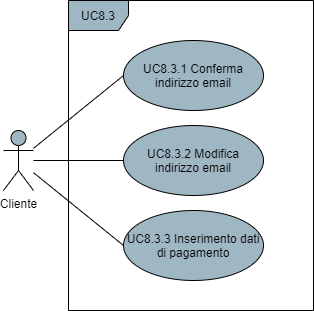
Earlier version of the draw.io export DocumentazioneEsterna/AnalisiDeiRequisiti/res/UseCase/Immagini/InserimentoDatiAcquisto.png (Omicron-Team/Documentazione). Source tidied: cells renumbered, new cells last; positions are measured from the earlier drawing's top-left corner, leaving out a move shared by most shapes.
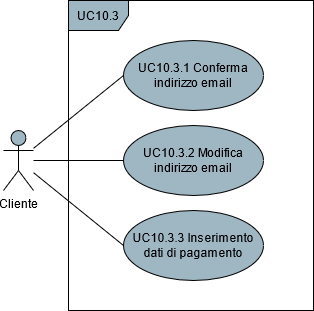
The same file after the commit.

The edit, as a diff of the source:
```diff
@@ -11,16 +11,16 @@
     <mxCell id="4" value="Cliente" style="shape=umlActor;verticalLabelPosition=bottom;verticalAlign=top;html=1;fillColor=#9FB6C3;" parent="1" vertex="1">
       <mxGeometry y="130" width="30" height="60" as="geometry" />
     </mxCell>
-    <mxCell id="5" value="UC8.3" style="shape=umlFrame;whiteSpace=wrap;html=1;fillColor=#9FB6C3;" parent="1" vertex="1">
+    <mxCell id="5" value="UC10.3" style="shape=umlFrame;whiteSpace=wrap;html=1;fillColor=#9FB6C3;" parent="1" vertex="1">
       <mxGeometry x="65" width="245" height="310" as="geometry" />
     </mxCell>
-    <mxCell id="6" value="UC8.3.2 Modifica indirizzo email" style="ellipse;whiteSpace=wrap;html=1;fillColor=#9FB6C3;" parent="1" vertex="1">
+    <mxCell id="6" value="UC10.3.2 Modifica indirizzo email" style="ellipse;whiteSpace=wrap;html=1;fillColor=#9FB6C3;" parent="1" vertex="1">
       <mxGeometry x="120" y="125" width="140" height="70" as="geometry" />
     </mxCell>
-    <mxCell id="7" value="UC8.3.3 Inserimento dati di pagamento" style="ellipse;whiteSpace=wrap;html=1;fillColor=#9FB6C3;" parent="1" vertex="1">
+    <mxCell id="7" value="UC10.3.3 Inserimento dati di pagamento" style="ellipse;whiteSpace=wrap;html=1;fillColor=#9FB6C3;" parent="1" vertex="1">
       <mxGeometry x="120" y="210" width="140" height="70" as="geometry" />
     </mxCell>
-    <mxCell id="8" value="UC8.3.1 Conferma indirizzo email" style="ellipse;whiteSpace=wrap;html=1;fillColor=#9FB6C3;" parent="1" vertex="1">
+    <mxCell id="8" value="UC10.3.1 Conferma indirizzo email" style="ellipse;whiteSpace=wrap;html=1;fillColor=#9FB6C3;" parent="1" vertex="1">
       <mxGeometry x="120" y="40" width="140" height="70" as="geometry" />
     </mxCell>
     <mxCell id="9" style="edgeStyle=none;rounded=0;jettySize=auto;html=1;entryX=0;entryY=0.5;entryDx=0;entryDy=0;endArrow=none;endFill=0;endSize=10;" parent="1" edge="1" source="4" target="8">
```
